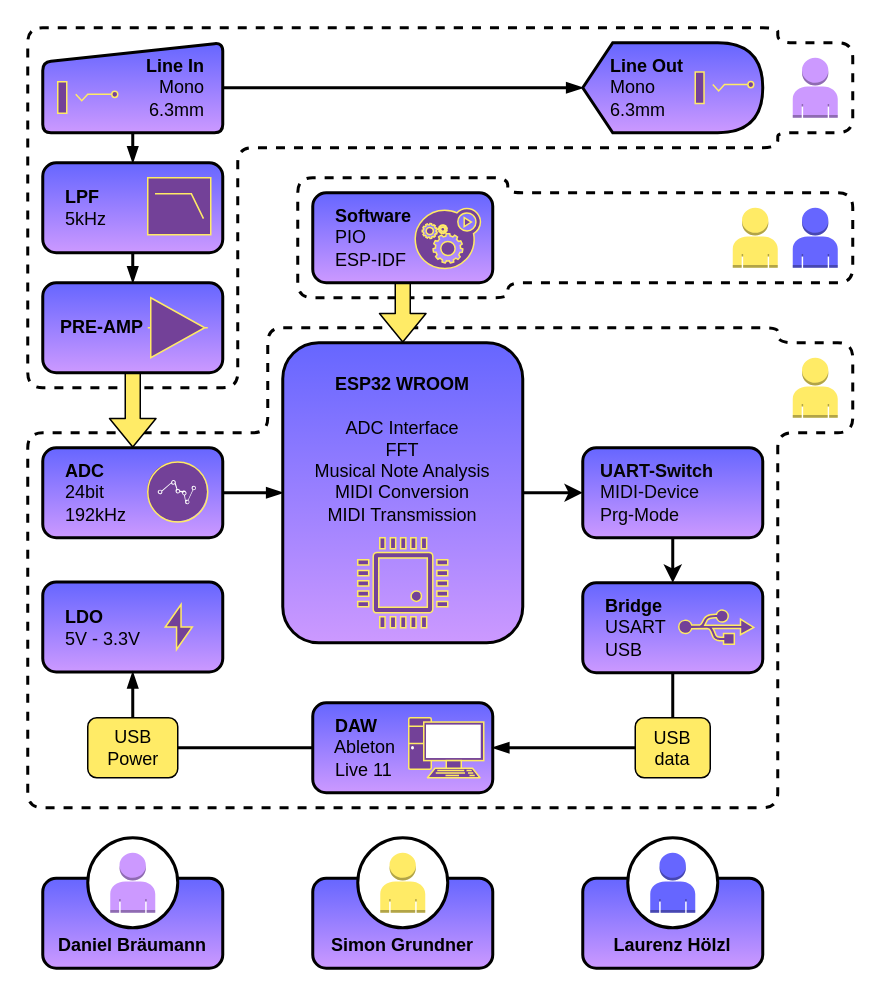
This is documentation/drawio/BSB-light.drawio from s-grundner/MTAP-MIDI-Guitar-Converter, a draw.io file, before an edit. Source tidied: cells renumbered, new cells numbered last; positions are measured from the earlier drawing's top-left corner, leaving out a move shared by most shapes. Both pictures are drawn from the tidied source at 150%, with x=0, y=0 at pixel (27, 27).
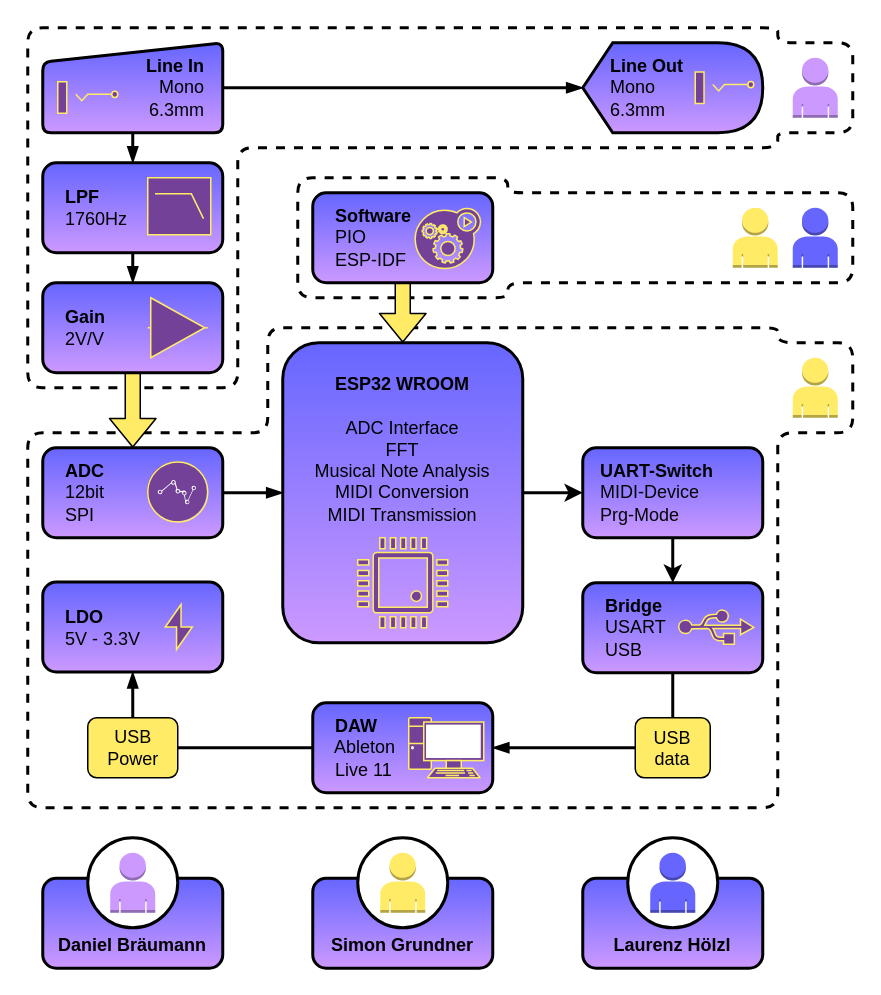
Above is the later version.

Diff of the diagram source:
```diff
@@
-    <mxCell id="3" value="&amp;nbsp; &amp;nbsp; &lt;b&gt;ADC&lt;br&gt;&lt;/b&gt;&lt;span style=&quot;background-color: initial;&quot;&gt;&amp;nbsp; &amp;nbsp; 24bit&lt;br&gt;&lt;/span&gt;&lt;b&gt;&amp;nbsp; &amp;nbsp; &lt;/b&gt;192kHz" style="rounded=1;whiteSpace=wrap;html=1;shadow=0;glass=0;sketch=0;strokeWidth=2;align=left;fillColor=#6666FF;gradientColor=#CC99FF;" parent="1" vertex="1">
+    <mxCell id="3" value="&amp;nbsp; &amp;nbsp; &lt;b&gt;ADC&lt;br&gt;&lt;/b&gt;&lt;span&gt;&amp;nbsp; &amp;nbsp; 12bit&lt;br&gt;&lt;/span&gt;&lt;b&gt;&amp;nbsp; &amp;nbsp; &lt;/b&gt;SPI" style="rounded=1;whiteSpace=wrap;html=1;shadow=0;glass=0;sketch=0;strokeWidth=2;align=left;fillColor=#6666FF;gradientColor=#CC99FF;" parent="1" vertex="1">
       <mxGeometry x="10" y="280" width="120" height="60" as="geometry" />
     </mxCell>
@@
-    <mxCell id="11" value="&amp;nbsp; &amp;nbsp; &lt;b&gt;LPF&lt;br&gt;&amp;nbsp; &amp;nbsp; &lt;/b&gt;5kHz" style="rounded=1;whiteSpace=wrap;html=1;shadow=0;glass=0;sketch=0;strokeWidth=2;align=left;fillColor=#6666FF;gradientColor=#CC99FF;" parent="1" vertex="1">
+    <mxCell id="11" value="&amp;nbsp; &amp;nbsp; &lt;b&gt;LPF&lt;/b&gt;&lt;br&gt;&lt;b&gt;&amp;nbsp; &amp;nbsp; &lt;/b&gt;1760Hz" style="rounded=1;whiteSpace=wrap;html=1;shadow=0;glass=0;sketch=0;strokeWidth=2;align=left;fillColor=#6666FF;gradientColor=#CC99FF;" parent="1" vertex="1">
       <mxGeometry x="10" y="90" width="120" height="60" as="geometry" />
     </mxCell>
@@
-    <mxCell id="22" value="&lt;b&gt;&amp;nbsp; &amp;nbsp;PRE-AMP&lt;/b&gt;" style="rounded=1;whiteSpace=wrap;html=1;shadow=0;glass=0;sketch=0;strokeColor=#000000;strokeWidth=2;fillColor=#6666FF;gradientColor=#CC99FF;align=left;" parent="1" vertex="1">
+    <mxCell id="22" value="&lt;b&gt;&amp;nbsp; &amp;nbsp; Gain&lt;br&gt;&amp;nbsp; &amp;nbsp; &lt;/b&gt;2V/V" style="rounded=1;whiteSpace=wrap;html=1;shadow=0;glass=0;sketch=0;strokeColor=#000000;strokeWidth=2;fillColor=#6666FF;gradientColor=#CC99FF;align=left;" parent="1" vertex="1">
       <mxGeometry x="10" y="170" width="120" height="60" as="geometry" />
     </mxCell>
```
